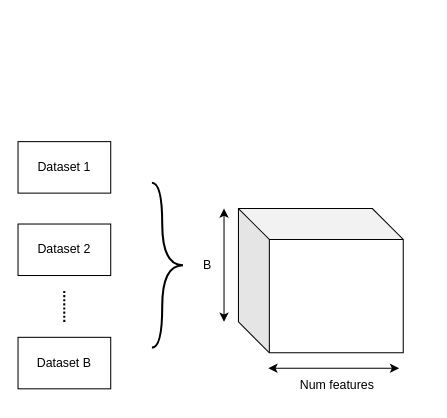
The draw.io diagram diagrams/TSPFN-batched-pretraining.drawio in Jeremstym/pretrainingTSPFN, before the edit. Source tidied: cells renumbered, new cells numbered last; positions are measured from the earlier drawing's top-left corner, leaving out a move shared by most shapes. Both pictures are drawn from the tidied source at 103%, with x=0, y=0 at pixel (18, 18).
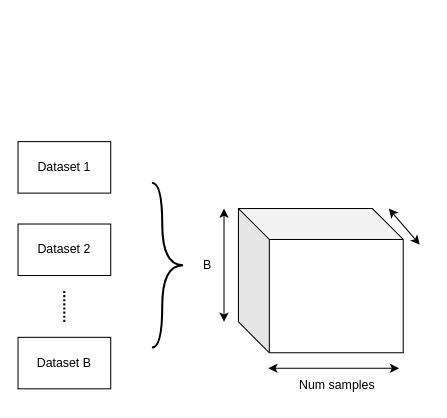
Above is the later version.

Commit message (it also covers changes not shown here):
Mettre à jour TSPFN-batched-pretraining.drawio

What changed in the source:
```diff
@@
-    <mxCell id="13" value="Num features" style="text;html=1;whiteSpace=wrap;strokeColor=none;fillColor=none;align=center;verticalAlign=middle;rounded=0;" parent="1" vertex="1">
+    <mxCell id="13" value="Num samples" style="text;html=1;whiteSpace=wrap;strokeColor=none;fillColor=none;align=center;verticalAlign=middle;rounded=0;" parent="1" vertex="1">
       <mxGeometry x="270" y="342" width="80" height="30" as="geometry" />
     </mxCell>
+    <mxCell id="14" style="endArrow=classic;startArrow=classic;html=1;rounded=0;" parent="1" edge="1">
+      <mxGeometry relative="1" as="geometry">
+        <mxPoint x="360" y="185" as="sourcePoint" />
+        <mxPoint x="390" y="220" as="targetPoint" />
+      </mxGeometry>
+    </mxCell>
```
